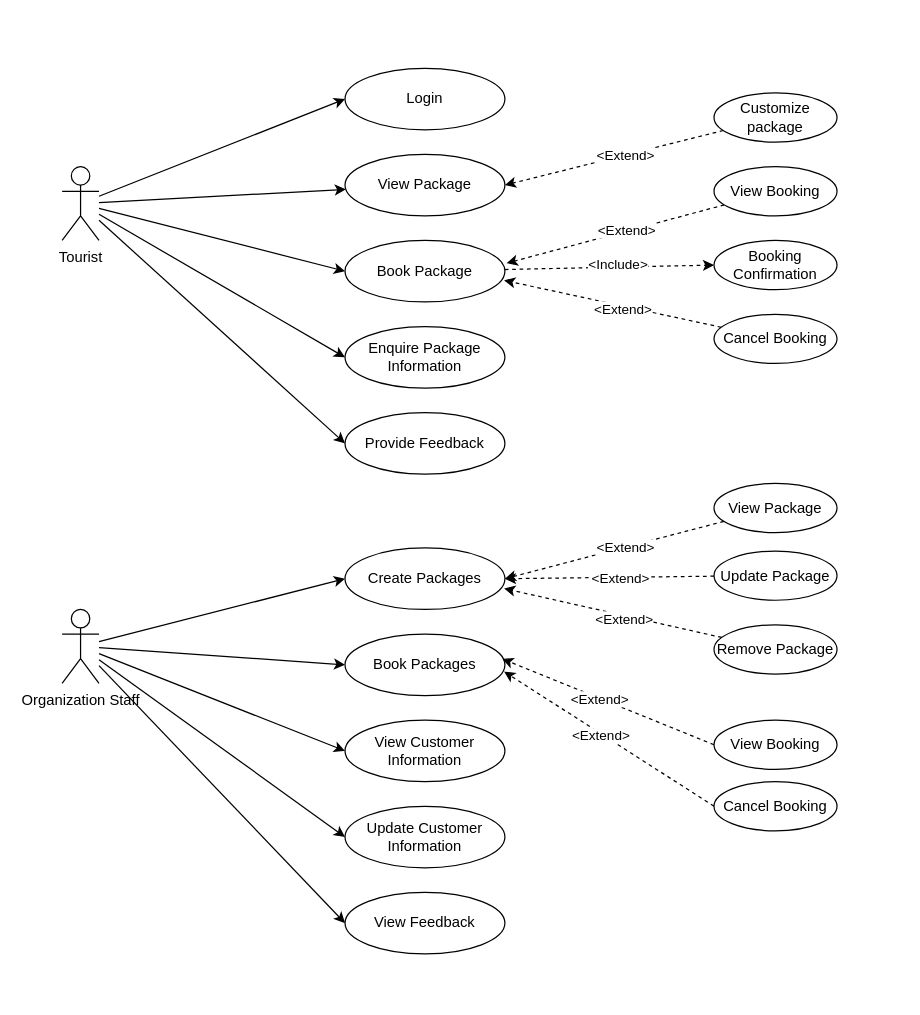
Before: UseCase(tour).drawio in ziard47/Diagram, a draw.io diagram. Source tidied: cells renumbered, new cells numbered last; positions are measured from the earlier drawing's top-left corner, leaving out a move shared by most shapes. Both pictures are drawn from the tidied source at 123%, with x=0, y=0 at pixel (62, 68).
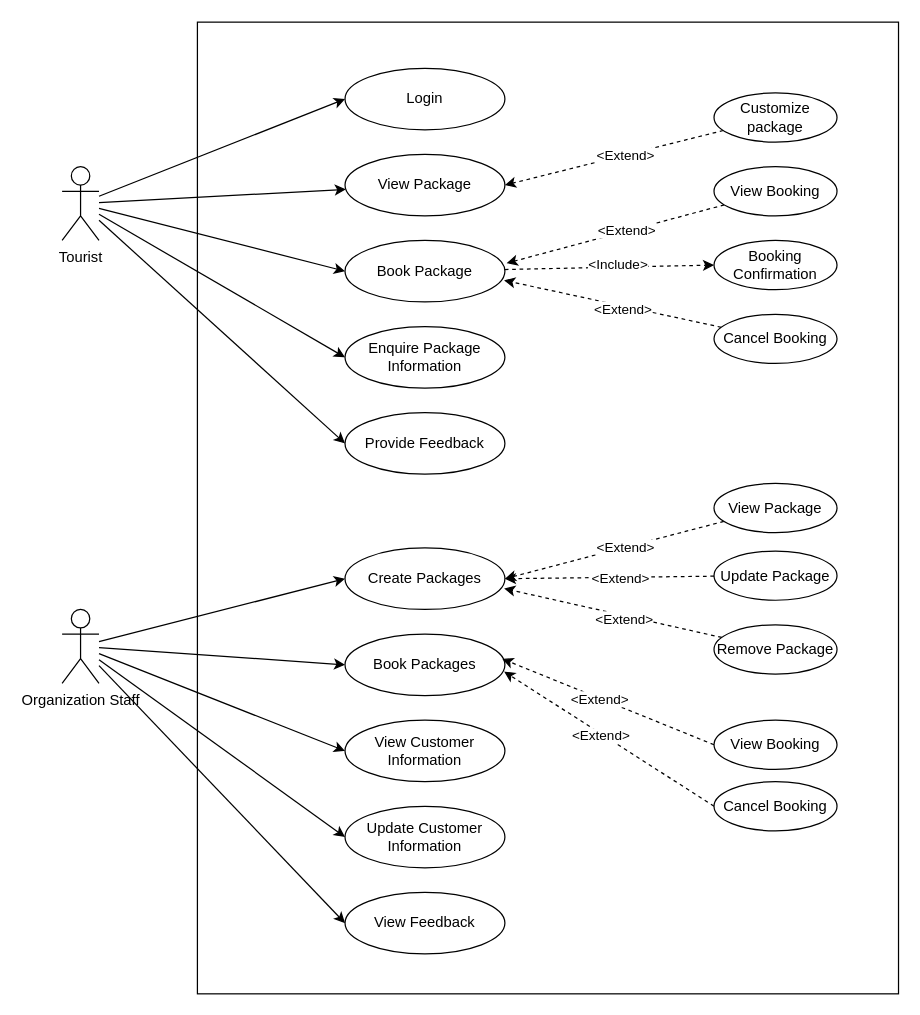
Above is the later version.

Change to the diagram source:
```diff
@@
+    <mxCell id="51" style="rounded=0;whiteSpace=wrap;html=1;fillColor=none;" parent="1" vertex="1">
+      <mxGeometry x="110" y="-37.5" width="570" height="790" as="geometry" />
+    </mxCell>
```
